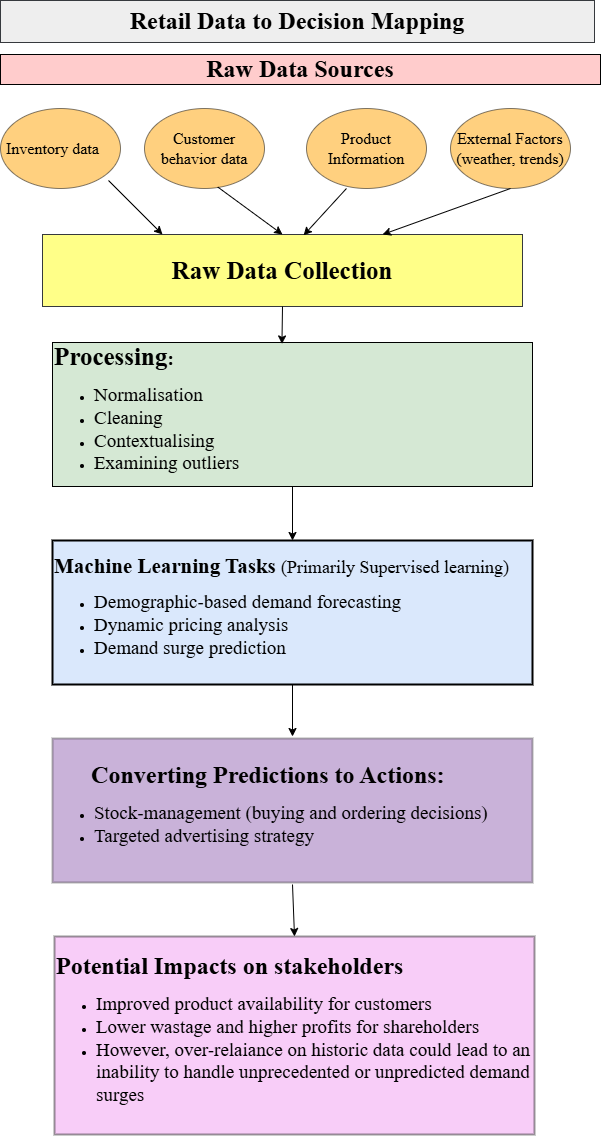
Before: DRAFT-AAI_Unit_6_Consol_Act3_.drawio.png, a diagram exported from draw.io (Uchii1/Study-Python). Source tidied: cells renumbered, new cells last; positions are measured from the earlier drawing's top-left corner, leaving out a move shared by most shapes.
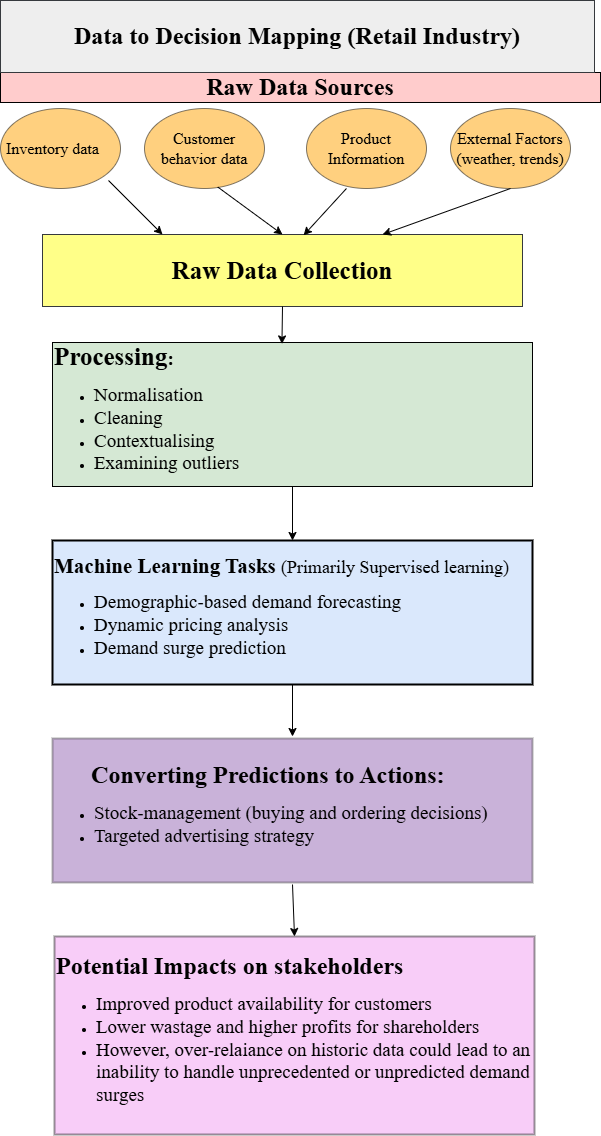
The same diagram one commit later.

What changed in the source:
```diff
@@ -41,7 +41,7 @@
       <mxGeometry relative="1" as="geometry" />
     </mxCell>
     <mxCell id="14" value="&lt;font face=&quot;Times New Roman&quot;&gt;Raw Data Sources&lt;/font&gt;" style="text;html=1;whiteSpace=wrap;strokeColor=light-dark(#000000, #5c79a3);fillColor=#FFCCCC;align=center;verticalAlign=middle;rounded=0;fontSize=24;fontStyle=1;fillStyle=solid;" parent="1" vertex="1">
-      <mxGeometry y="54" width="600" height="30" as="geometry" />
+      <mxGeometry y="72" width="600" height="30" as="geometry" />
     </mxCell>
     <mxCell id="15" value="&lt;span style=&quot;font-family: &amp;quot;Times New Roman&amp;quot;; text-align: left;&quot;&gt;&lt;font style=&quot;font-size: 16px;&quot;&gt;External Factors (weather, trends)&lt;/font&gt;&lt;/span&gt;" style="ellipse;whiteSpace=wrap;html=1;fillColor=light-dark(#ffa200, #EDEDED);opacity=50;" parent="1" vertex="1">
       <mxGeometry x="450" y="108" width="120" height="80" as="geometry" />
@@ -60,8 +60,8 @@
         <mxPoint x="294" y="936" as="targetPoint" />
       </mxGeometry>
     </mxCell>
-    <mxCell id="20" value="&lt;span style=&quot;font-size: 24px; font-weight: 700;&quot;&gt;&lt;font face=&quot;Times New Roman&quot;&gt;Retail Data to Decision Mapping&lt;/font&gt;&lt;/span&gt;" style="rounded=0;whiteSpace=wrap;html=1;fillColor=#eeeeee;strokeColor=#36393d;" parent="1" vertex="1">
-      <mxGeometry width="594" height="42" as="geometry" />
+    <mxCell id="20" value="&lt;span style=&quot;font-size: 24px; font-weight: 700;&quot;&gt;&lt;font face=&quot;Times New Roman&quot;&gt;Data to Decision Mapping (Retail Industry)&lt;/font&gt;&lt;/span&gt;" style="rounded=0;whiteSpace=wrap;html=1;fillColor=#eeeeee;strokeColor=#36393d;" parent="1" vertex="1">
+      <mxGeometry width="594" height="72" as="geometry" />
     </mxCell>
   </root>
 </mxGraphModel>
```
